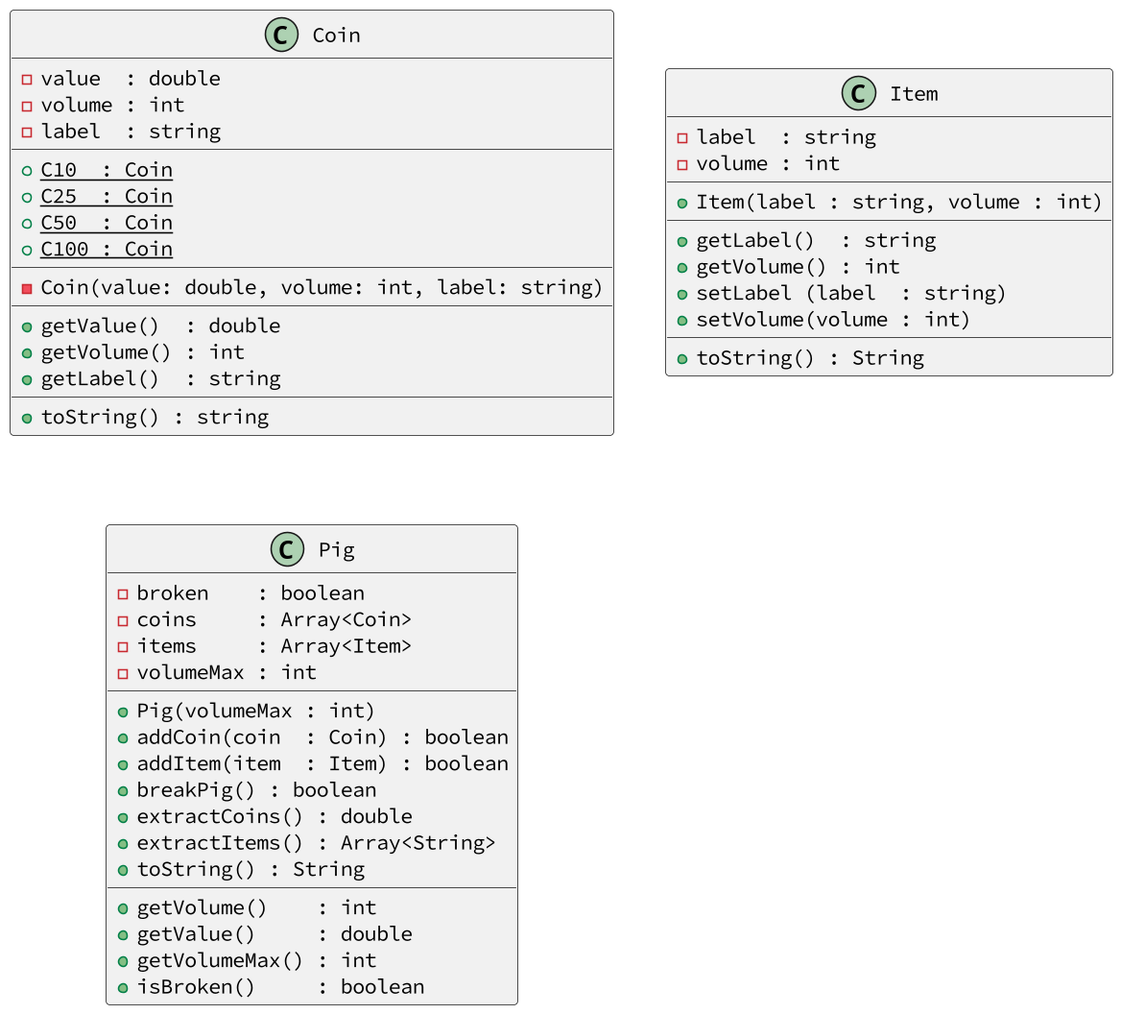
This is base/017/diagrama.png from qxcodepoo/arcade, a PlantUML export, as it was before one commit.
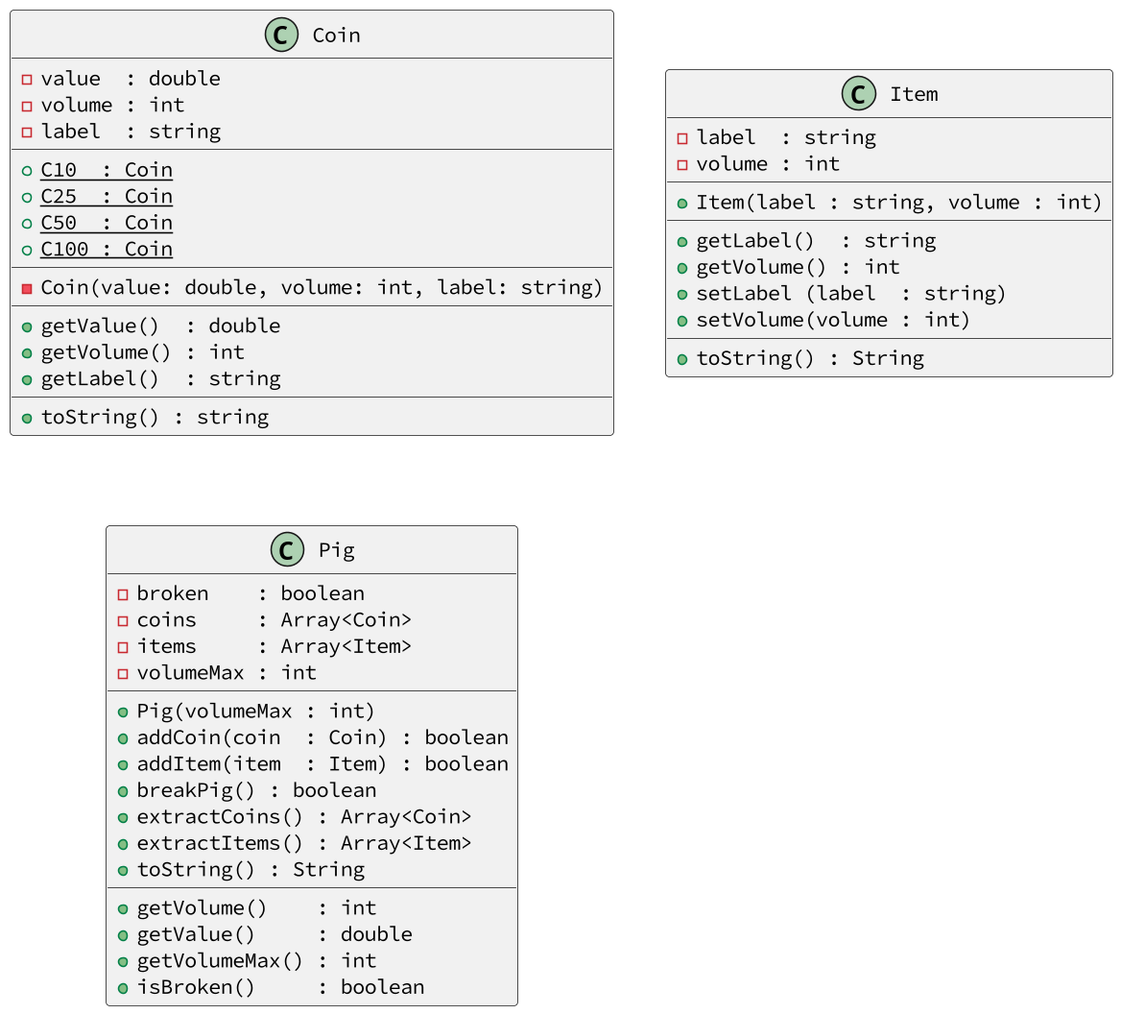
The same file after the commit.

Change to the diagram source:
```diff
@@ -42,8 +42,8 @@
   + addCoin(coin  : Coin) : boolean
   + addItem(item  : Item) : boolean
   + breakPig() : boolean
-  + extractCoins() : double
-  + extractItems() : Array<String>
+  + extractCoins() : Array<Coin>
+  + extractItems() : Array<Item>
   + toString() : String
   __
   + getVolume()    : int
```
